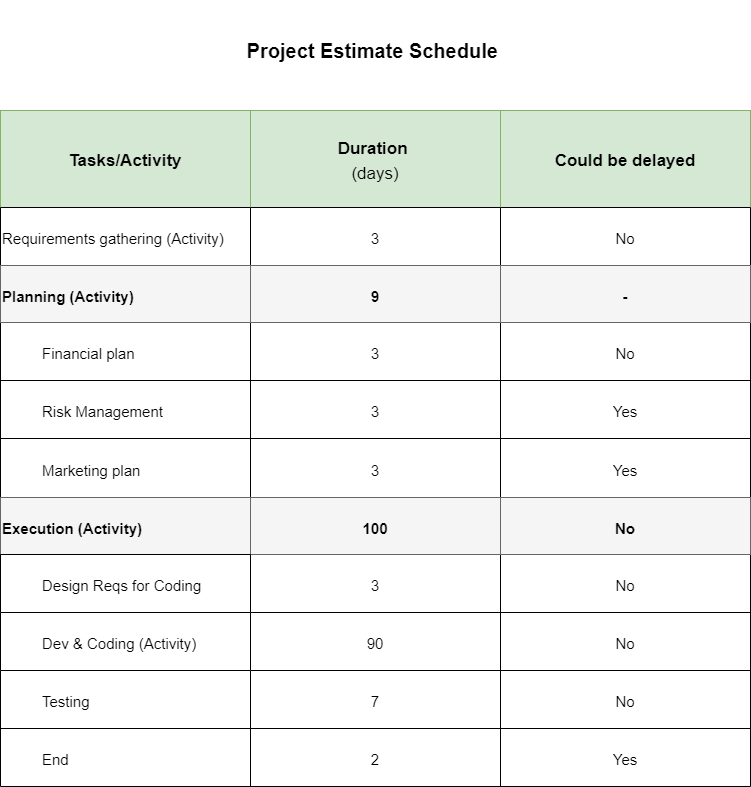
The draw.io diagram Basic Scheduling/Basic Scheduling.png in youmna3/PM-Tasks, before a commit. Source tidied: cells renumbered, new cells last; positions are measured from the earlier drawing's top-left corner, leaving out a move shared by most shapes.
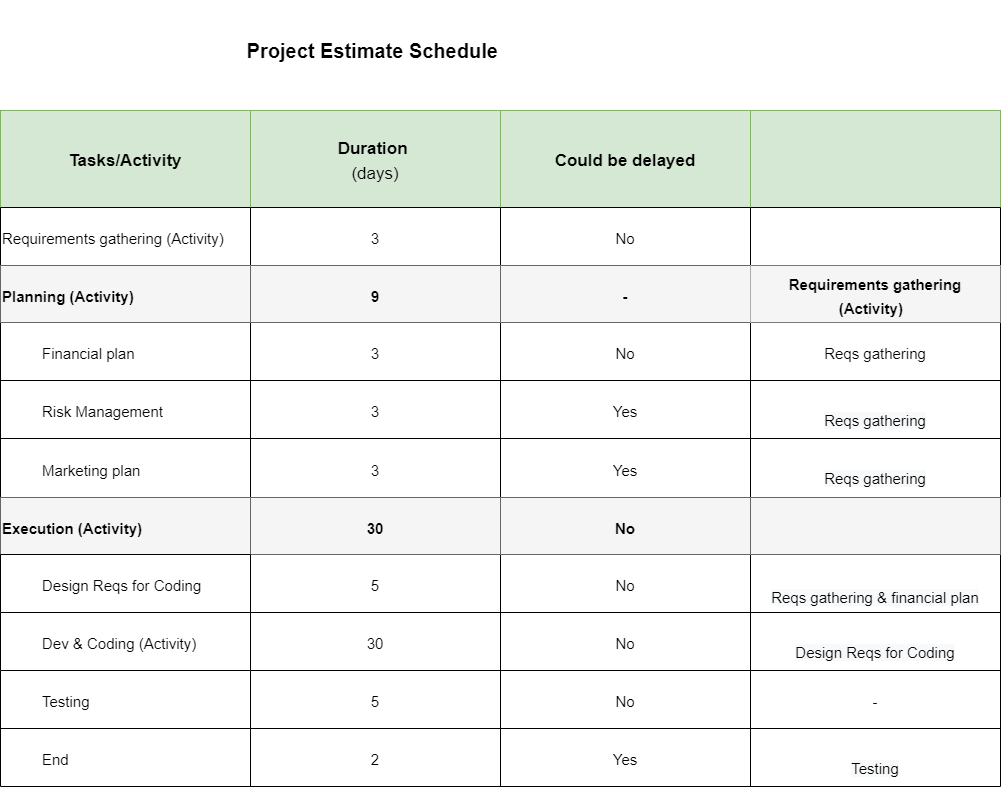
Above is the later version.

Commit message:
Basic Scheduling

What changed in the source:
```diff
@@ -6,10 +6,10 @@
       <mxGeometry x="170" width="410" height="100" as="geometry" />
     </mxCell>
     <mxCell id="3" style="shape=table;startSize=0;fontSize=20;" parent="1" vertex="1">
-      <mxGeometry y="110" width="750" height="676" as="geometry" />
+      <mxGeometry y="110" width="1000" height="676" as="geometry" />
     </mxCell>
     <mxCell id="4" style="shape=tableRow;horizontal=0;startSize=0;swimlaneHead=0;swimlaneBody=0;top=0;left=0;bottom=0;right=0;fillColor=none;fontSize=20;" parent="3" vertex="1">
-      <mxGeometry width="750" height="97" as="geometry" />
+      <mxGeometry width="1000" height="97" as="geometry" />
     </mxCell>
     <mxCell id="5" value="&lt;b&gt;&lt;font style=&quot;font-size: 17px;&quot;&gt;Tasks/Activity&lt;/font&gt;&lt;/b&gt;" style="shape=partialRectangle;html=1;whiteSpace=wrap;overflow=hidden;fillColor=#d5e8d4;top=1;left=1;bottom=1;right=1;fontSize=20;strokeColor=#82b366;" parent="4" vertex="1">
       <mxGeometry width="250" height="97" as="geometry" />
@@ -20,8 +20,11 @@
     <mxCell id="7" value="&lt;b&gt;&lt;font style=&quot;font-size: 17px;&quot;&gt;Could be delayed&lt;/font&gt;&lt;/b&gt;" style="shape=partialRectangle;html=1;whiteSpace=wrap;overflow=hidden;fillColor=#d5e8d4;top=1;left=1;bottom=1;right=1;fontSize=20;strokeColor=#82b366;" parent="4" vertex="1">
       <mxGeometry x="500" width="250" height="97" as="geometry" />
     </mxCell>
+    <mxCell id="48" style="shape=partialRectangle;html=1;whiteSpace=wrap;overflow=hidden;fillColor=#d5e8d4;top=1;left=1;bottom=1;right=1;fontSize=20;strokeColor=#82b366;" parent="4" vertex="1">
+      <mxGeometry x="750" width="250" height="97" as="geometry" />
+    </mxCell>
     <mxCell id="8" style="shape=tableRow;horizontal=0;startSize=0;swimlaneHead=0;swimlaneBody=0;top=0;left=0;bottom=0;right=0;fillColor=none;fontSize=20;" parent="3" vertex="1">
-      <mxGeometry y="97" width="750" height="58" as="geometry" />
+      <mxGeometry y="97" width="1000" height="58" as="geometry" />
     </mxCell>
     <mxCell id="9" value="&lt;font color=&quot;#000000&quot; style=&quot;font-size: 15px;&quot;&gt;Requirements gathering (Activity)&amp;nbsp;&amp;nbsp;&lt;/font&gt;" style="shape=partialRectangle;html=1;whiteSpace=wrap;overflow=hidden;top=1;left=1;bottom=1;right=1;fontSize=20;align=left;fontColor=#333333;" parent="8" vertex="1">
       <mxGeometry width="250" height="58" as="geometry" />
@@ -32,8 +35,11 @@
     <mxCell id="11" value="&lt;font style=&quot;font-size: 15px;&quot;&gt;No&lt;/font&gt;" style="shape=partialRectangle;html=1;whiteSpace=wrap;overflow=hidden;top=1;left=1;bottom=1;right=1;fontSize=20;" parent="8" vertex="1">
       <mxGeometry x="500" width="250" height="58" as="geometry" />
     </mxCell>
+    <mxCell id="49" style="shape=partialRectangle;html=1;whiteSpace=wrap;overflow=hidden;top=1;left=1;bottom=1;right=1;fontSize=20;" parent="8" vertex="1">
+      <mxGeometry x="750" width="250" height="58" as="geometry" />
+    </mxCell>
     <mxCell id="12" style="shape=tableRow;horizontal=0;startSize=0;swimlaneHead=0;swimlaneBody=0;top=0;left=0;bottom=0;right=0;fillColor=none;fontSize=20;" parent="3" vertex="1">
-      <mxGeometry y="155" width="750" height="57" as="geometry" />
+      <mxGeometry y="155" width="1000" height="57" as="geometry" />
     </mxCell>
     <mxCell id="13" value="&lt;font style=&quot;font-size: 15px;&quot;&gt;&lt;b&gt;Planning (Activity)&amp;nbsp;&lt;/b&gt;&lt;/font&gt;" style="shape=partialRectangle;html=1;whiteSpace=wrap;overflow=hidden;fillColor=#f5f5f5;top=1;left=1;bottom=1;right=1;fontSize=20;strokeColor=#666666;align=left;" parent="12" vertex="1">
       <mxGeometry width="250" height="57" as="geometry" />
@@ -44,8 +50,11 @@
     <mxCell id="15" value="&lt;font style=&quot;font-size: 15px;&quot;&gt;&lt;b&gt;-&lt;/b&gt;&lt;/font&gt;" style="shape=partialRectangle;html=1;whiteSpace=wrap;overflow=hidden;fillColor=#f5f5f5;top=1;left=1;bottom=1;right=1;fontSize=20;strokeColor=#666666;" parent="12" vertex="1">
       <mxGeometry x="500" width="250" height="57" as="geometry" />
     </mxCell>
+    <mxCell id="50" value="&lt;font style=&quot;font-size: 15px;&quot;&gt;&lt;b&gt;Requirements gathering (Activity)&amp;nbsp;&amp;nbsp;&lt;/b&gt;&lt;/font&gt;" style="shape=partialRectangle;html=1;whiteSpace=wrap;overflow=hidden;fillColor=#f5f5f5;top=0;left=0;bottom=0;right=0;fontSize=20;strokeColor=#666666;" parent="12" vertex="1">
+      <mxGeometry x="750" width="250" height="57" as="geometry" />
+    </mxCell>
     <mxCell id="16" style="shape=tableRow;horizontal=0;startSize=0;swimlaneHead=0;swimlaneBody=0;top=0;left=0;bottom=0;right=0;fillColor=none;fontSize=20;" parent="3" vertex="1">
-      <mxGeometry y="212" width="750" height="58" as="geometry" />
+      <mxGeometry y="212" width="1000" height="58" as="geometry" />
     </mxCell>
     <mxCell id="17" value="&lt;blockquote style=&quot;margin: 0 0 0 40px; border: none; padding: 0px;&quot;&gt;&lt;font style=&quot;font-size: 15px;&quot;&gt;Financial plan&amp;nbsp;&lt;/font&gt;&lt;/blockquote&gt;" style="shape=partialRectangle;html=1;whiteSpace=wrap;overflow=hidden;fillColor=none;top=0;left=0;bottom=0;right=0;fontSize=20;align=left;" parent="16" vertex="1">
       <mxGeometry width="250" height="58" as="geometry" />
@@ -56,8 +65,11 @@
     <mxCell id="19" value="&lt;font style=&quot;font-size: 15px;&quot;&gt;No&lt;/font&gt;" style="shape=partialRectangle;html=1;whiteSpace=wrap;overflow=hidden;fillColor=none;top=0;left=0;bottom=0;right=0;fontSize=20;" parent="16" vertex="1">
       <mxGeometry x="500" width="250" height="58" as="geometry" />
     </mxCell>
+    <mxCell id="51" value="&lt;font style=&quot;font-size: 15px;&quot;&gt;Reqs gathering&lt;/font&gt;" style="shape=partialRectangle;html=1;whiteSpace=wrap;overflow=hidden;fillColor=none;top=0;left=0;bottom=0;right=0;fontSize=20;" parent="16" vertex="1">
+      <mxGeometry x="750" width="250" height="58" as="geometry" />
+    </mxCell>
     <mxCell id="20" style="shape=tableRow;horizontal=0;startSize=0;swimlaneHead=0;swimlaneBody=0;top=0;left=0;bottom=0;right=0;fillColor=none;fontSize=20;" parent="3" vertex="1">
-      <mxGeometry y="270" width="750" height="58" as="geometry" />
+      <mxGeometry y="270" width="1000" height="58" as="geometry" />
     </mxCell>
     <mxCell id="21" value="&lt;blockquote style=&quot;margin: 0 0 0 40px; border: none; padding: 0px;&quot;&gt;&lt;font style=&quot;font-size: 15px;&quot;&gt;Risk Management&lt;/font&gt;&lt;/blockquote&gt;" style="shape=partialRectangle;html=1;whiteSpace=wrap;overflow=hidden;fillColor=none;top=0;left=0;bottom=0;right=0;fontSize=20;align=left;" parent="20" vertex="1">
       <mxGeometry width="250" height="58" as="geometry" />
@@ -68,8 +80,11 @@
     <mxCell id="23" value="&lt;font style=&quot;font-size: 15px;&quot;&gt;Yes&lt;/font&gt;" style="shape=partialRectangle;html=1;whiteSpace=wrap;overflow=hidden;fillColor=none;top=0;left=0;bottom=0;right=0;fontSize=20;" parent="20" vertex="1">
       <mxGeometry x="500" width="250" height="58" as="geometry" />
     </mxCell>
+    <mxCell id="52" value="&#10;&lt;span style=&quot;color: rgb(0, 0, 0); font-family: Helvetica; font-size: 15px; font-style: normal; font-variant-ligatures: normal; font-variant-caps: normal; font-weight: 400; letter-spacing: normal; orphans: 2; text-align: center; text-indent: 0px; text-transform: none; widows: 2; word-spacing: 0px; -webkit-text-stroke-width: 0px; background-color: rgb(248, 249, 250); text-decoration-thickness: initial; text-decoration-style: initial; text-decoration-color: initial; float: none; display: inline !important;&quot;&gt;Reqs gathering&lt;/span&gt;&#10;&#10;" style="shape=partialRectangle;html=1;whiteSpace=wrap;overflow=hidden;fillColor=none;top=0;left=0;bottom=0;right=0;fontSize=20;" parent="20" vertex="1">
+      <mxGeometry x="750" width="250" height="58" as="geometry" />
+    </mxCell>
     <mxCell id="24" style="shape=tableRow;horizontal=0;startSize=0;swimlaneHead=0;swimlaneBody=0;top=0;left=0;bottom=0;right=0;fillColor=none;fontSize=20;" parent="3" vertex="1">
-      <mxGeometry y="328" width="750" height="59" as="geometry" />
+      <mxGeometry y="328" width="1000" height="59" as="geometry" />
     </mxCell>
     <mxCell id="25" value="&lt;blockquote style=&quot;margin: 0 0 0 40px; border: none; padding: 0px;&quot;&gt;&lt;font style=&quot;font-size: 15px;&quot;&gt;Marketing plan&lt;/font&gt;&lt;/blockquote&gt;" style="shape=partialRectangle;html=1;whiteSpace=wrap;overflow=hidden;fillColor=none;top=0;left=0;bottom=0;right=0;fontSize=20;align=left;" parent="24" vertex="1">
       <mxGeometry width="250" height="59" as="geometry" />
@@ -80,56 +95,71 @@
     <mxCell id="27" value="&lt;font style=&quot;font-size: 15px;&quot;&gt;Yes&lt;/font&gt;" style="shape=partialRectangle;html=1;whiteSpace=wrap;overflow=hidden;fillColor=none;top=0;left=0;bottom=0;right=0;fontSize=20;" parent="24" vertex="1">
       <mxGeometry x="500" width="250" height="59" as="geometry" />
     </mxCell>
+    <mxCell id="53" value="&#10;&lt;span style=&quot;color: rgb(0, 0, 0); font-family: Helvetica; font-size: 15px; font-style: normal; font-variant-ligatures: normal; font-variant-caps: normal; font-weight: 400; letter-spacing: normal; orphans: 2; text-align: center; text-indent: 0px; text-transform: none; widows: 2; word-spacing: 0px; -webkit-text-stroke-width: 0px; background-color: rgb(248, 249, 250); text-decoration-thickness: initial; text-decoration-style: initial; text-decoration-color: initial; float: none; display: inline !important;&quot;&gt;Reqs gathering&lt;/span&gt;&#10;&#10;" style="shape=partialRectangle;html=1;whiteSpace=wrap;overflow=hidden;fillColor=none;top=0;left=0;bottom=0;right=0;fontSize=20;" parent="24" vertex="1">
+      <mxGeometry x="750" width="250" height="59" as="geometry" />
+    </mxCell>
     <mxCell id="28" style="shape=tableRow;horizontal=0;startSize=0;swimlaneHead=0;swimlaneBody=0;top=0;left=0;bottom=0;right=0;fillColor=none;fontSize=20;" parent="3" vertex="1">
-      <mxGeometry y="387" width="750" height="57" as="geometry" />
+      <mxGeometry y="387" width="1000" height="57" as="geometry" />
     </mxCell>
     <mxCell id="29" value="&lt;b&gt;&lt;font style=&quot;font-size: 15px;&quot;&gt;Execution (Activity)&lt;/font&gt;&lt;/b&gt;" style="shape=partialRectangle;html=1;whiteSpace=wrap;overflow=hidden;fillColor=#f5f5f5;top=1;left=1;bottom=1;right=1;fontSize=20;align=left;strokeColor=#666666;" parent="28" vertex="1">
       <mxGeometry width="250" height="57" as="geometry" />
     </mxCell>
-    <mxCell id="30" value="&lt;font style=&quot;font-size: 15px;&quot;&gt;&lt;b&gt;100&lt;/b&gt;&lt;/font&gt;" style="shape=partialRectangle;html=1;whiteSpace=wrap;overflow=hidden;fillColor=#f5f5f5;top=1;left=1;bottom=1;right=1;fontSize=20;strokeColor=#666666;" parent="28" vertex="1">
+    <mxCell id="30" value="&lt;font style=&quot;font-size: 15px;&quot;&gt;&lt;b&gt;30&lt;/b&gt;&lt;/font&gt;" style="shape=partialRectangle;html=1;whiteSpace=wrap;overflow=hidden;fillColor=#f5f5f5;top=1;left=1;bottom=1;right=1;fontSize=20;strokeColor=#666666;" parent="28" vertex="1">
       <mxGeometry x="250" width="250" height="57" as="geometry" />
     </mxCell>
     <mxCell id="31" value="&lt;font style=&quot;font-size: 15px;&quot;&gt;&lt;b&gt;No&lt;/b&gt;&lt;/font&gt;" style="shape=partialRectangle;html=1;whiteSpace=wrap;overflow=hidden;fillColor=#f5f5f5;top=1;left=1;bottom=1;right=1;fontSize=20;strokeColor=#666666;" parent="28" vertex="1">
       <mxGeometry x="500" width="250" height="57" as="geometry" />
     </mxCell>
+    <mxCell id="54" style="shape=partialRectangle;html=1;whiteSpace=wrap;overflow=hidden;fillColor=#f5f5f5;top=1;left=1;bottom=1;right=1;fontSize=20;strokeColor=#666666;" parent="28" vertex="1">
+      <mxGeometry x="750" width="250" height="57" as="geometry" />
+    </mxCell>
     <mxCell id="32" style="shape=tableRow;horizontal=0;startSize=0;swimlaneHead=0;swimlaneBody=0;top=0;left=0;bottom=0;right=0;fillColor=none;fontSize=20;" parent="3" vertex="1">
-      <mxGeometry y="444" width="750" height="58" as="geometry" />
+      <mxGeometry y="444" width="1000" height="58" as="geometry" />
     </mxCell>
     <mxCell id="33" value="&lt;blockquote style=&quot;margin: 0 0 0 40px; border: none; padding: 0px;&quot;&gt;&lt;font style=&quot;font-size: 15px;&quot;&gt;Design Reqs for Coding&lt;/font&gt;&lt;/blockquote&gt;" style="shape=partialRectangle;html=1;whiteSpace=wrap;overflow=hidden;fillColor=none;top=1;left=1;bottom=1;right=1;fontSize=20;align=left;" parent="32" vertex="1">
       <mxGeometry width="250" height="58" as="geometry" />
     </mxCell>
-    <mxCell id="34" value="&lt;font style=&quot;font-size: 15px;&quot;&gt;3&lt;/font&gt;" style="shape=partialRectangle;html=1;whiteSpace=wrap;overflow=hidden;fillColor=none;top=0;left=0;bottom=0;right=0;fontSize=20;" parent="32" vertex="1">
+    <mxCell id="34" value="&lt;font style=&quot;font-size: 15px;&quot;&gt;5&lt;/font&gt;" style="shape=partialRectangle;html=1;whiteSpace=wrap;overflow=hidden;fillColor=none;top=0;left=0;bottom=0;right=0;fontSize=20;" parent="32" vertex="1">
       <mxGeometry x="250" width="250" height="58" as="geometry" />
     </mxCell>
     <mxCell id="35" value="&lt;font style=&quot;font-size: 15px;&quot;&gt;No&lt;/font&gt;" style="shape=partialRectangle;html=1;whiteSpace=wrap;overflow=hidden;fillColor=none;top=0;left=0;bottom=0;right=0;fontSize=20;" parent="32" vertex="1">
       <mxGeometry x="500" width="250" height="58" as="geometry" />
     </mxCell>
+    <mxCell id="55" value="&lt;br&gt;&lt;span style=&quot;color: rgb(0, 0, 0); font-family: Helvetica; font-size: 15px; font-style: normal; font-variant-ligatures: normal; font-variant-caps: normal; font-weight: 400; letter-spacing: normal; orphans: 2; text-align: center; text-indent: 0px; text-transform: none; widows: 2; word-spacing: 0px; -webkit-text-stroke-width: 0px; background-color: rgb(248, 249, 250); text-decoration-thickness: initial; text-decoration-style: initial; text-decoration-color: initial; float: none; display: inline !important;&quot;&gt;Reqs gathering &amp;amp; financial plan&lt;/span&gt;&lt;br&gt;" style="shape=partialRectangle;html=1;whiteSpace=wrap;overflow=hidden;fillColor=none;top=0;left=0;bottom=0;right=0;fontSize=20;" parent="32" vertex="1">
+      <mxGeometry x="750" width="250" height="58" as="geometry" />
+    </mxCell>
     <mxCell id="36" style="shape=tableRow;horizontal=0;startSize=0;swimlaneHead=0;swimlaneBody=0;top=0;left=0;bottom=0;right=0;fillColor=none;fontSize=20;" parent="3" vertex="1">
-      <mxGeometry y="502" width="750" height="58" as="geometry" />
+      <mxGeometry y="502" width="1000" height="58" as="geometry" />
     </mxCell>
     <mxCell id="37" value="&lt;blockquote style=&quot;margin: 0 0 0 40px; border: none; padding: 0px;&quot;&gt;&lt;font style=&quot;font-size: 15px;&quot;&gt;Dev &amp;amp; Coding (Activity)&lt;/font&gt;&lt;/blockquote&gt;" style="shape=partialRectangle;html=1;whiteSpace=wrap;overflow=hidden;top=1;left=1;bottom=1;right=1;fontSize=20;align=left;" parent="36" vertex="1">
       <mxGeometry width="250" height="58" as="geometry" />
     </mxCell>
-    <mxCell id="38" value="&lt;font style=&quot;font-size: 15px;&quot;&gt;90&lt;/font&gt;" style="shape=partialRectangle;html=1;whiteSpace=wrap;overflow=hidden;fillColor=none;top=0;left=0;bottom=0;right=0;fontSize=20;" parent="36" vertex="1">
+    <mxCell id="38" value="&lt;font style=&quot;font-size: 15px;&quot;&gt;30&lt;/font&gt;" style="shape=partialRectangle;html=1;whiteSpace=wrap;overflow=hidden;fillColor=none;top=0;left=0;bottom=0;right=0;fontSize=20;" parent="36" vertex="1">
       <mxGeometry x="250" width="250" height="58" as="geometry" />
     </mxCell>
     <mxCell id="39" value="&lt;font style=&quot;font-size: 15px;&quot;&gt;No&lt;/font&gt;" style="shape=partialRectangle;html=1;whiteSpace=wrap;overflow=hidden;fillColor=none;top=0;left=0;bottom=0;right=0;fontSize=20;" parent="36" vertex="1">
       <mxGeometry x="500" width="250" height="58" as="geometry" />
     </mxCell>
+    <mxCell id="56" value="&#10;&lt;span style=&quot;color: rgb(0, 0, 0); font-family: Helvetica; font-size: 15px; font-style: normal; font-variant-ligatures: normal; font-variant-caps: normal; font-weight: 400; letter-spacing: normal; orphans: 2; text-align: left; text-indent: 0px; text-transform: none; widows: 2; word-spacing: 0px; -webkit-text-stroke-width: 0px; background-color: rgb(248, 249, 250); text-decoration-thickness: initial; text-decoration-style: initial; text-decoration-color: initial; float: none; display: inline !important;&quot;&gt;Design Reqs for Coding&lt;/span&gt;&#10;&#10;" style="shape=partialRectangle;html=1;whiteSpace=wrap;overflow=hidden;fillColor=none;top=0;left=0;bottom=0;right=0;fontSize=20;" parent="36" vertex="1">
+      <mxGeometry x="750" width="250" height="58" as="geometry" />
+    </mxCell>
     <mxCell id="40" style="shape=tableRow;horizontal=0;startSize=0;swimlaneHead=0;swimlaneBody=0;top=0;left=0;bottom=0;right=0;fillColor=none;fontSize=20;" parent="3" vertex="1">
-      <mxGeometry y="560" width="750" height="58" as="geometry" />
+      <mxGeometry y="560" width="1000" height="58" as="geometry" />
     </mxCell>
     <mxCell id="41" value="&lt;blockquote style=&quot;margin: 0 0 0 40px; border: none; padding: 0px;&quot;&gt;&lt;font style=&quot;font-size: 15px;&quot;&gt;Testing&lt;/font&gt;&lt;/blockquote&gt;" style="shape=partialRectangle;html=1;whiteSpace=wrap;overflow=hidden;fillColor=none;top=0;left=0;bottom=0;right=0;fontSize=20;align=left;" parent="40" vertex="1">
       <mxGeometry width="250" height="58" as="geometry" />
     </mxCell>
-    <mxCell id="42" value="&lt;font style=&quot;font-size: 15px;&quot;&gt;7&lt;/font&gt;" style="shape=partialRectangle;html=1;whiteSpace=wrap;overflow=hidden;fillColor=none;top=0;left=0;bottom=0;right=0;fontSize=20;" parent="40" vertex="1">
+    <mxCell id="42" value="&lt;font style=&quot;font-size: 15px;&quot;&gt;5&lt;/font&gt;" style="shape=partialRectangle;html=1;whiteSpace=wrap;overflow=hidden;fillColor=none;top=0;left=0;bottom=0;right=0;fontSize=20;" parent="40" vertex="1">
       <mxGeometry x="250" width="250" height="58" as="geometry" />
     </mxCell>
     <mxCell id="43" value="&lt;font style=&quot;font-size: 15px;&quot;&gt;No&lt;/font&gt;" style="shape=partialRectangle;html=1;whiteSpace=wrap;overflow=hidden;fillColor=none;top=0;left=0;bottom=0;right=0;fontSize=20;" parent="40" vertex="1">
       <mxGeometry x="500" width="250" height="58" as="geometry" />
     </mxCell>
+    <mxCell id="57" value="&lt;font style=&quot;font-size: 15px;&quot;&gt;-&lt;/font&gt;" style="shape=partialRectangle;html=1;whiteSpace=wrap;overflow=hidden;fillColor=none;top=0;left=0;bottom=0;right=0;fontSize=20;" parent="40" vertex="1">
+      <mxGeometry x="750" width="250" height="58" as="geometry" />
+    </mxCell>
     <mxCell id="44" style="shape=tableRow;horizontal=0;startSize=0;swimlaneHead=0;swimlaneBody=0;top=0;left=0;bottom=0;right=0;fillColor=none;fontSize=20;" parent="3" vertex="1">
-      <mxGeometry y="618" width="750" height="58" as="geometry" />
+      <mxGeometry y="618" width="1000" height="58" as="geometry" />
     </mxCell>
     <mxCell id="45" value="&lt;blockquote style=&quot;margin: 0 0 0 40px; border: none; padding: 0px;&quot;&gt;&lt;span style=&quot;font-size: 15px;&quot;&gt;End&amp;nbsp;&lt;/span&gt;&lt;/blockquote&gt;" style="shape=partialRectangle;html=1;whiteSpace=wrap;overflow=hidden;fillColor=none;top=0;left=0;bottom=0;right=0;fontSize=20;align=left;" parent="44" vertex="1">
       <mxGeometry width="250" height="58" as="geometry" />
@@ -140,5 +170,8 @@
     <mxCell id="47" value="&lt;font style=&quot;font-size: 15px;&quot;&gt;Yes&lt;/font&gt;" style="shape=partialRectangle;html=1;whiteSpace=wrap;overflow=hidden;fillColor=none;top=0;left=0;bottom=0;right=0;fontSize=20;" parent="44" vertex="1">
       <mxGeometry x="500" width="250" height="58" as="geometry" />
     </mxCell>
+    <mxCell id="58" value="&#10;&lt;span style=&quot;color: rgb(0, 0, 0); font-family: Helvetica; font-size: 15px; font-style: normal; font-variant-ligatures: normal; font-variant-caps: normal; font-weight: 400; letter-spacing: normal; orphans: 2; text-align: left; text-indent: 0px; text-transform: none; widows: 2; word-spacing: 0px; -webkit-text-stroke-width: 0px; background-color: rgb(248, 249, 250); text-decoration-thickness: initial; text-decoration-style: initial; text-decoration-color: initial; float: none; display: inline !important;&quot;&gt;Testing&lt;/span&gt;&#10;&#10;" style="shape=partialRectangle;html=1;whiteSpace=wrap;overflow=hidden;fillColor=none;top=0;left=0;bottom=0;right=0;fontSize=20;" parent="44" vertex="1">
+      <mxGeometry x="750" width="250" height="58" as="geometry" />
+    </mxCell>
   </root>
 </mxGraphModel>
```
